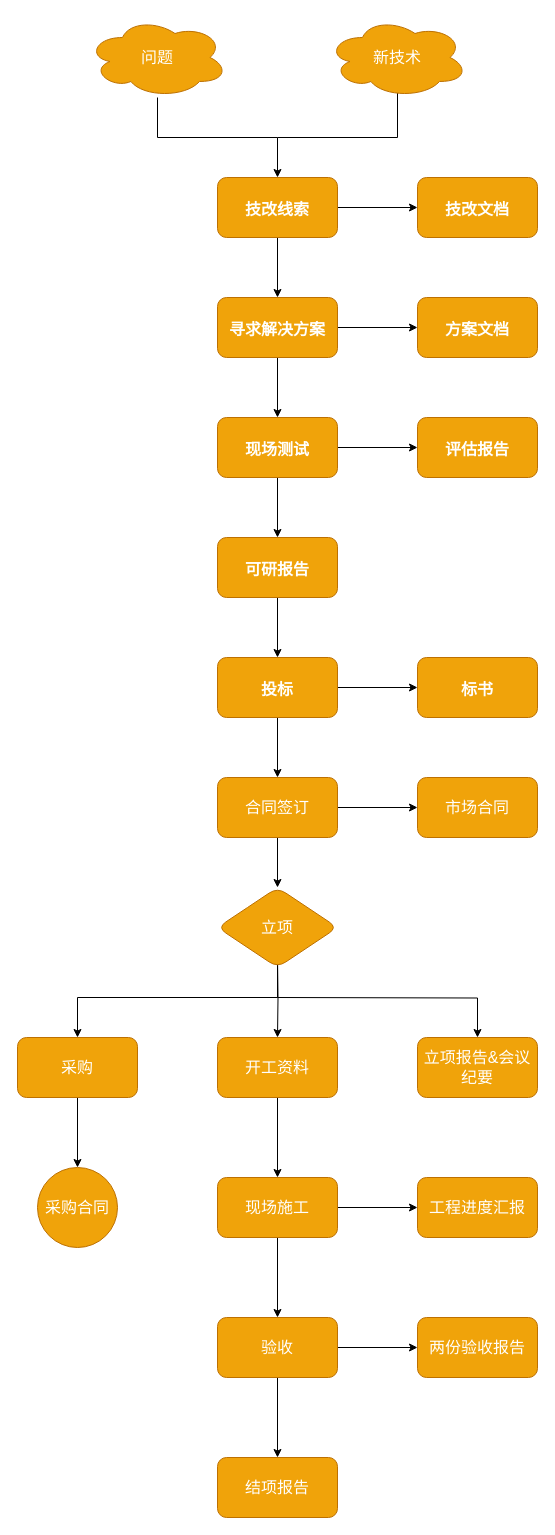
Before: all/未命名绘图.drawio in showfaker/iodraw-files, a draw.io diagram. Source tidied: cells renumbered, new cells numbered last; positions are measured from the earlier drawing's top-left corner, leaving out a move shared by most shapes. Both pictures are drawn from the tidied source at 100%, with x=0, y=0 at pixel (17, 17).
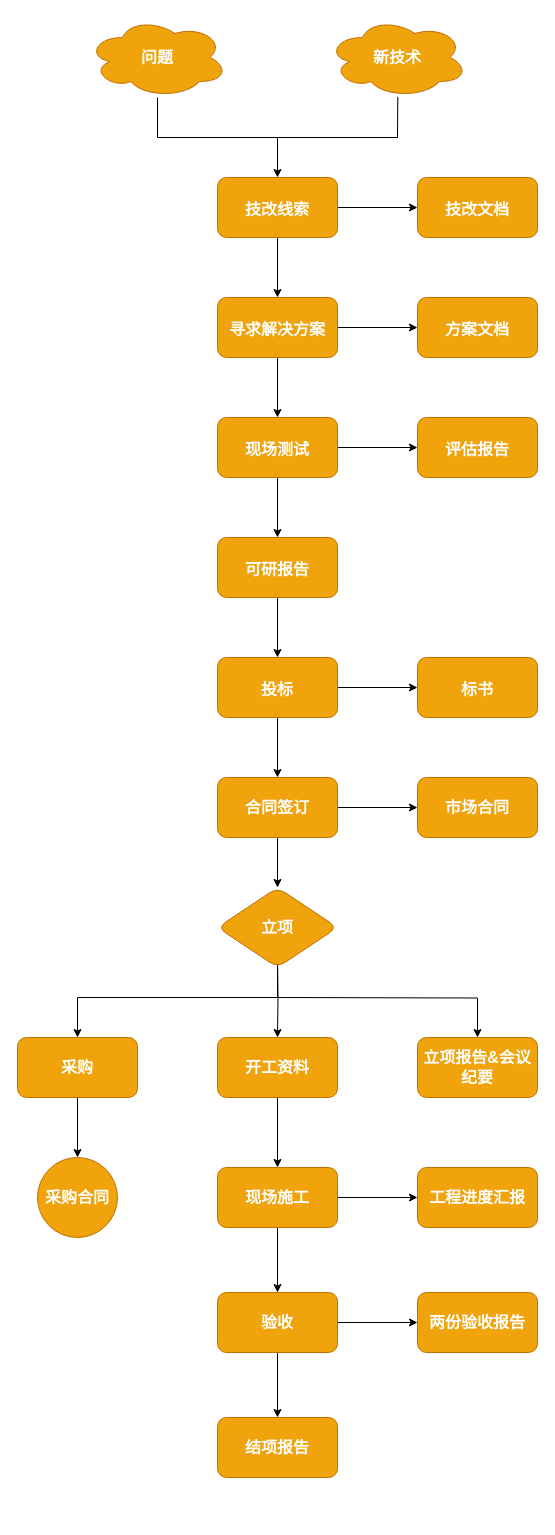
Above is the later version.

Commit message:
技术改进图.drawio

Change to the diagram source:
```diff
@@
-    <mxCell id="4" value="&lt;font style=&quot;font-size: 16px;&quot; color=&quot;#ffffff&quot;&gt;合同签订&lt;/font&gt;" style="rounded=1;whiteSpace=wrap;html=1;fillColor=#f0a30a;strokeColor=#BD7000;fontColor=#000000;" parent="1" vertex="1">
+    <mxCell id="4" value="&lt;font style=&quot;font-size: 16px;&quot; color=&quot;#ffffff&quot;&gt;&lt;b&gt;合同签订&lt;/b&gt;&lt;/font&gt;" style="rounded=1;whiteSpace=wrap;html=1;fillColor=#f0a30a;strokeColor=#BD7000;fontColor=#000000;" parent="1" vertex="1">
       <mxGeometry x="200" y="760" width="120" height="60" as="geometry" />
     </mxCell>
@@
-    <mxCell id="8" value="&lt;font style=&quot;font-size: 16px;&quot; color=&quot;#ffffff&quot;&gt;市场合同&lt;/font&gt;" style="whiteSpace=wrap;html=1;fillColor=#f0a30a;strokeColor=#BD7000;fontColor=#000000;rounded=1;" parent="1" vertex="1">
+    <mxCell id="8" value="&lt;font style=&quot;font-size: 16px;&quot; color=&quot;#ffffff&quot;&gt;&lt;b&gt;市场合同&lt;/b&gt;&lt;/font&gt;" style="whiteSpace=wrap;html=1;fillColor=#f0a30a;strokeColor=#BD7000;fontColor=#000000;rounded=1;" parent="1" vertex="1">
       <mxGeometry x="400" y="760" width="120" height="60" as="geometry" />
     </mxCell>
-    <mxCell id="9" value="&lt;font color=&quot;#ffffff&quot;&gt;&lt;span style=&quot;font-size: 16px;&quot;&gt;立项报告&amp;amp;会议纪要&lt;/span&gt;&lt;/font&gt;" style="rounded=1;whiteSpace=wrap;html=1;fillColor=#f0a30a;strokeColor=#BD7000;fontColor=#000000;" parent="1" vertex="1">
+    <mxCell id="9" value="&lt;font color=&quot;#ffffff&quot;&gt;&lt;span style=&quot;font-size: 16px;&quot;&gt;&lt;b&gt;立项报告&amp;amp;会议纪要&lt;/b&gt;&lt;/span&gt;&lt;/font&gt;" style="rounded=1;whiteSpace=wrap;html=1;fillColor=#f0a30a;strokeColor=#BD7000;fontColor=#000000;" parent="1" vertex="1">
       <mxGeometry x="400" y="1020" width="120" height="60" as="geometry" />
     </mxCell>
@@
-    <mxCell id="11" value="&lt;font style=&quot;font-size: 16px;&quot; color=&quot;#ffffff&quot;&gt;开工资料&lt;/font&gt;" style="rounded=1;whiteSpace=wrap;html=1;fillColor=#f0a30a;strokeColor=#BD7000;fontColor=#000000;" parent="1" vertex="1">
+    <mxCell id="11" value="&lt;font style=&quot;font-size: 16px;&quot; color=&quot;#ffffff&quot;&gt;&lt;b&gt;开工资料&lt;/b&gt;&lt;/font&gt;" style="rounded=1;whiteSpace=wrap;html=1;fillColor=#f0a30a;strokeColor=#BD7000;fontColor=#000000;" parent="1" vertex="1">
       <mxGeometry x="200" y="1020" width="120" height="60" as="geometry" />
     </mxCell>
@@
-    <mxCell id="13" value="&lt;font style=&quot;font-size: 16px;&quot; color=&quot;#ffffff&quot;&gt;采购&lt;/font&gt;" style="rounded=1;whiteSpace=wrap;html=1;fillColor=#f0a30a;strokeColor=#BD7000;fontColor=#000000;" parent="1" vertex="1">
+    <mxCell id="13" value="&lt;font style=&quot;font-size: 16px;&quot; color=&quot;#ffffff&quot;&gt;&lt;b&gt;采购&lt;/b&gt;&lt;/font&gt;" style="rounded=1;whiteSpace=wrap;html=1;fillColor=#f0a30a;strokeColor=#BD7000;fontColor=#000000;" parent="1" vertex="1">
       <mxGeometry y="1020" width="120" height="60" as="geometry" />
     </mxCell>
-    <mxCell id="14" value="&lt;font style=&quot;font-size: 16px;&quot; color=&quot;#ffffff&quot;&gt;采购合同&lt;/font&gt;" style="ellipse;whiteSpace=wrap;html=1;fillColor=#f0a30a;strokeColor=#BD7000;fontColor=#000000;rounded=1;" parent="1" vertex="1">
-      <mxGeometry x="20" y="1150" width="80" height="80" as="geometry" />
+    <mxCell id="14" value="&lt;font style=&quot;font-size: 16px;&quot; color=&quot;#ffffff&quot;&gt;&lt;b&gt;采购合同&lt;/b&gt;&lt;/font&gt;" style="ellipse;whiteSpace=wrap;html=1;fillColor=#f0a30a;strokeColor=#BD7000;fontColor=#000000;rounded=1;" parent="1" vertex="1">
+      <mxGeometry x="20" y="1140" width="80" height="80" as="geometry" />
     </mxCell>
@@
-    <mxCell id="17" value="&lt;font style=&quot;font-size: 16px;&quot; color=&quot;#ffffff&quot;&gt;现场施工&lt;/font&gt;" style="rounded=1;whiteSpace=wrap;html=1;fillColor=#f0a30a;strokeColor=#BD7000;fontColor=#000000;" parent="1" vertex="1">
-      <mxGeometry x="200" y="1160" width="120" height="60" as="geometry" />
+    <mxCell id="17" value="&lt;font style=&quot;font-size: 16px;&quot; color=&quot;#ffffff&quot;&gt;&lt;b&gt;现场施工&lt;/b&gt;&lt;/font&gt;" style="rounded=1;whiteSpace=wrap;html=1;fillColor=#f0a30a;strokeColor=#BD7000;fontColor=#000000;" parent="1" vertex="1">
+      <mxGeometry x="200" y="1150" width="120" height="60" as="geometry" />
     </mxCell>
@@
-    <mxCell id="20" value="&lt;font style=&quot;font-size: 16px;&quot; color=&quot;#ffffff&quot;&gt;验收&lt;/font&gt;" style="rounded=1;whiteSpace=wrap;html=1;fillColor=#f0a30a;strokeColor=#BD7000;fontColor=#000000;" parent="1" vertex="1">
-      <mxGeometry x="200" y="1300" width="120" height="60" as="geometry" />
+    <mxCell id="20" value="&lt;font style=&quot;font-size: 16px;&quot; color=&quot;#ffffff&quot;&gt;&lt;b&gt;验收&lt;/b&gt;&lt;/font&gt;" style="rounded=1;whiteSpace=wrap;html=1;fillColor=#f0a30a;strokeColor=#BD7000;fontColor=#000000;" parent="1" vertex="1">
+      <mxGeometry x="200" y="1275" width="120" height="60" as="geometry" />
     </mxCell>
-    <mxCell id="21" value="&lt;font color=&quot;#ffffff&quot;&gt;&lt;span style=&quot;font-size: 16px;&quot;&gt;结项报告&lt;/span&gt;&lt;/font&gt;" style="rounded=1;whiteSpace=wrap;html=1;fillColor=#f0a30a;strokeColor=#BD7000;fontColor=#000000;" parent="1" vertex="1">
-      <mxGeometry x="200" y="1440" width="120" height="60" as="geometry" />
+    <mxCell id="21" value="&lt;font color=&quot;#ffffff&quot;&gt;&lt;span style=&quot;font-size: 16px;&quot;&gt;&lt;b&gt;结项报告&lt;/b&gt;&lt;/span&gt;&lt;/font&gt;" style="rounded=1;whiteSpace=wrap;html=1;fillColor=#f0a30a;strokeColor=#BD7000;fontColor=#000000;" parent="1" vertex="1">
+      <mxGeometry x="200" y="1400" width="120" height="60" as="geometry" />
     </mxCell>
-    <mxCell id="22" value="&lt;font style=&quot;font-size: 16px;&quot; color=&quot;#ffffff&quot;&gt;工程进度汇报&lt;/font&gt;" style="rounded=1;whiteSpace=wrap;html=1;fillColor=#f0a30a;strokeColor=#BD7000;fontColor=#000000;" parent="1" vertex="1">
-      <mxGeometry x="400" y="1160" width="120" height="60" as="geometry" />
+    <mxCell id="22" value="&lt;font style=&quot;font-size: 16px;&quot; color=&quot;#ffffff&quot;&gt;&lt;b&gt;工程进度汇报&lt;/b&gt;&lt;/font&gt;" style="rounded=1;whiteSpace=wrap;html=1;fillColor=#f0a30a;strokeColor=#BD7000;fontColor=#000000;" parent="1" vertex="1">
+      <mxGeometry x="400" y="1150" width="120" height="60" as="geometry" />
     </mxCell>
-    <mxCell id="23" value="&lt;font style=&quot;font-size: 16px;&quot; color=&quot;#ffffff&quot;&gt;两份验收报告&lt;/font&gt;" style="rounded=1;whiteSpace=wrap;html=1;fillColor=#f0a30a;strokeColor=#BD7000;fontColor=#000000;" parent="1" vertex="1">
-      <mxGeometry x="400" y="1300" width="120" height="60" as="geometry" />
+    <mxCell id="23" value="&lt;font style=&quot;font-size: 16px;&quot; color=&quot;#ffffff&quot;&gt;&lt;b&gt;两份验收报告&lt;/b&gt;&lt;/font&gt;" style="rounded=1;whiteSpace=wrap;html=1;fillColor=#f0a30a;strokeColor=#BD7000;fontColor=#000000;" parent="1" vertex="1">
+      <mxGeometry x="400" y="1275" width="120" height="60" as="geometry" />
     </mxCell>
-    <mxCell id="24" value="&lt;font style=&quot;font-size: 16px;&quot; color=&quot;#ffffff&quot;&gt;立项&lt;/font&gt;" style="rhombus;whiteSpace=wrap;html=1;fillColor=#f0a30a;strokeColor=#BD7000;fontColor=#000000;rounded=1;" parent="1" vertex="1">
+    <mxCell id="24" value="&lt;font style=&quot;font-size: 16px;&quot; color=&quot;#ffffff&quot;&gt;&lt;b&gt;立项&lt;/b&gt;&lt;/font&gt;" style="rhombus;whiteSpace=wrap;html=1;fillColor=#f0a30a;strokeColor=#BD7000;fontColor=#000000;rounded=1;" parent="1" vertex="1">
       <mxGeometry x="200" y="870" width="120" height="80" as="geometry" />
     </mxCell>
@@
-    <mxCell id="44" value="&lt;font color=&quot;#ffffff&quot; style=&quot;font-size: 16px;&quot;&gt;问题&lt;/font&gt;" style="ellipse;shape=cloud;whiteSpace=wrap;html=1;fillColor=#f0a30a;strokeColor=#BD7000;fontColor=#000000;rounded=1;" parent="1" vertex="1">
+    <mxCell id="44" value="&lt;font color=&quot;#ffffff&quot; style=&quot;font-size: 16px;&quot;&gt;&lt;b&gt;问题&lt;/b&gt;&lt;/font&gt;" style="ellipse;shape=cloud;whiteSpace=wrap;html=1;fillColor=#f0a30a;strokeColor=#BD7000;fontColor=#000000;rounded=1;" parent="1" vertex="1">
       <mxGeometry x="70" width="140" height="80" as="geometry" />
     </mxCell>
-    <mxCell id="45" style="endArrow=none;html=1;rounded=0;" parent="1" edge="1">
+    <mxCell id="45" style="endArrow=none;html=1;rounded=0;entryX=0.502;entryY=0.992;entryDx=0;entryDy=0;entryPerimeter=0;" parent="1" edge="1" target="46">
       <mxGeometry relative="1" as="geometry">
         <mxPoint x="260" y="120" as="sourcePoint" />
-        <mxPoint x="380" y="70" as="targetPoint" />
         <Array as="points">
           <mxPoint x="380" y="120" />
         </Array>
       </mxGeometry>
     </mxCell>
-    <mxCell id="46" value="&lt;font color=&quot;#ffffff&quot; style=&quot;font-size: 16px;&quot;&gt;新技术&lt;/font&gt;" style="ellipse;shape=cloud;whiteSpace=wrap;html=1;fillColor=#f0a30a;strokeColor=#BD7000;fontColor=#000000;rounded=1;" parent="1" vertex="1">
+    <mxCell id="46" value="&lt;font color=&quot;#ffffff&quot; style=&quot;font-size: 16px;&quot;&gt;&lt;b&gt;新技术&lt;/b&gt;&lt;/font&gt;" style="ellipse;shape=cloud;whiteSpace=wrap;html=1;fillColor=#f0a30a;strokeColor=#BD7000;fontColor=#000000;rounded=1;" parent="1" vertex="1">
       <mxGeometry x="310" width="140" height="80" as="geometry" />
     </mxCell>
```
